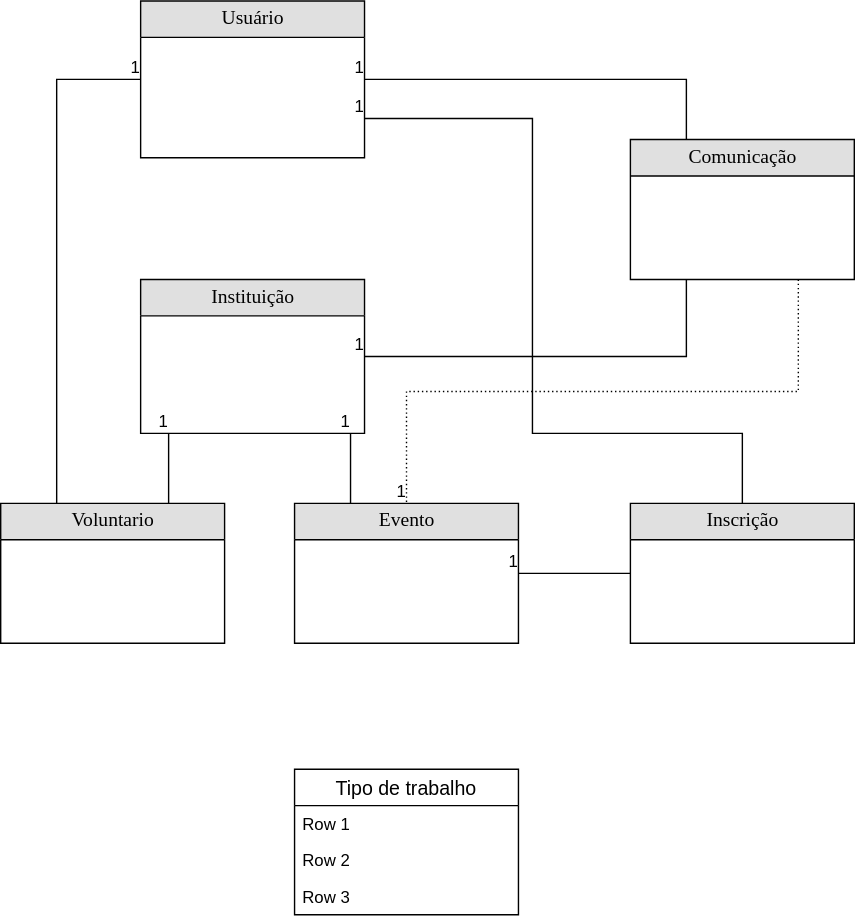
This is Diagramas/MER_base.drawio.svg from frbatist/VemDoBem.Api, a draw.io export, as it was before one commit. Source tidied: cells renumbered, new cells last; positions are measured from the earlier drawing's top-left corner, leaving out a move shared by most shapes. Source of this version:
```xml
<mxGraphModel background="#ffffff">
  <root>
    <mxCell id="0" />
    <mxCell id="1" parent="0" />
    <mxCell id="2" value="&lt;div&gt;Usuário&lt;/div&gt;" style="swimlane;html=1;fontStyle=0;horizontal=1;startSize=26;fillColor=#e0e0e0;swimlaneFillColor=#ffffff;align=center;rounded=0;shadow=0;comic=0;labelBackgroundColor=none;strokeWidth=1;fontFamily=Verdana;fontSize=14;" parent="1" vertex="1">
      <mxGeometry x="100" width="160" height="112" as="geometry" />
    </mxCell>
    <mxCell id="3" value="Instituição" style="swimlane;html=1;fontStyle=0;horizontal=1;startSize=26;fillColor=#e0e0e0;swimlaneFillColor=#ffffff;align=center;rounded=0;shadow=0;comic=0;labelBackgroundColor=none;strokeWidth=1;fontFamily=Verdana;fontSize=14;swimlaneLine=1;" parent="1" vertex="1">
      <mxGeometry x="100" y="199" width="160" height="110" as="geometry" />
    </mxCell>
    <mxCell id="4" style="shape=partialRectangle;top=0;left=0;right=0;bottom=0;html=1;align=left;verticalAlign=top;fillColor=none;spacingLeft=34;spacingRight=4;whiteSpace=wrap;overflow=hidden;" parent="3" vertex="1">
      <mxGeometry y="26" width="160" height="10" as="geometry" />
    </mxCell>
    <mxCell id="5" value="Voluntario" style="swimlane;html=1;fontStyle=0;horizontal=1;startSize=26;fillColor=#e0e0e0;swimlaneFillColor=#ffffff;align=center;rounded=0;shadow=0;comic=0;labelBackgroundColor=none;strokeWidth=1;fontFamily=Verdana;fontSize=14;" parent="1" vertex="1">
      <mxGeometry y="359" width="160" height="100" as="geometry" />
    </mxCell>
    <mxCell id="6" value="Evento" style="swimlane;html=1;fontStyle=0;horizontal=1;startSize=26;fillColor=#e0e0e0;swimlaneFillColor=#ffffff;align=center;rounded=0;shadow=0;comic=0;labelBackgroundColor=none;strokeWidth=1;fontFamily=Verdana;fontSize=14;" parent="1" vertex="1">
      <mxGeometry x="210" y="359" width="160" height="100" as="geometry" />
    </mxCell>
    <mxCell id="7" style="endArrow=none;html=1;rounded=0;exitX=0.25;exitY=0;exitDx=0;exitDy=0;entryX=0;entryY=0.5;entryDx=0;entryDy=0;" parent="1" edge="1" source="5" target="2">
      <mxGeometry relative="1" as="geometry">
        <Array as="points">
          <mxPoint x="40" y="56" />
        </Array>
      </mxGeometry>
    </mxCell>
    <mxCell id="8" value="1" style="html=1;align=right;verticalAlign=bottom;" parent="7" vertex="1">
      <mxGeometry x="1" relative="1" as="geometry" />
    </mxCell>
    <mxCell id="9" style="endArrow=none;html=1;rounded=0;exitX=0.75;exitY=0;exitDx=0;exitDy=0;" parent="1" edge="1" source="5">
      <mxGeometry relative="1" as="geometry">
        <mxPoint x="120" y="309" as="targetPoint" />
      </mxGeometry>
    </mxCell>
    <mxCell id="10" value="1" style="html=1;align=right;verticalAlign=bottom;" parent="9" vertex="1">
      <mxGeometry x="1" relative="1" as="geometry" />
    </mxCell>
    <mxCell id="11" style="endArrow=none;html=1;rounded=0;exitX=0.25;exitY=0;exitDx=0;exitDy=0;" parent="1" edge="1" source="6">
      <mxGeometry relative="1" as="geometry">
        <mxPoint x="250" y="309" as="targetPoint" />
      </mxGeometry>
    </mxCell>
    <mxCell id="12" value="1" style="html=1;align=right;verticalAlign=bottom;" parent="11" vertex="1">
      <mxGeometry x="1" relative="1" as="geometry" />
    </mxCell>
    <mxCell id="13" value="Inscrição" style="swimlane;html=1;fontStyle=0;horizontal=1;startSize=26;fillColor=#e0e0e0;swimlaneFillColor=#ffffff;align=center;rounded=0;shadow=0;comic=0;labelBackgroundColor=none;strokeWidth=1;fontFamily=Verdana;fontSize=14;" parent="1" vertex="1">
      <mxGeometry x="450" y="359" width="160" height="100" as="geometry" />
    </mxCell>
    <mxCell id="14" style="endArrow=none;html=1;rounded=0;exitX=0;exitY=0.5;exitDx=0;exitDy=0;entryX=1;entryY=0.5;entryDx=0;entryDy=0;" parent="1" edge="1" source="13" target="6">
      <mxGeometry relative="1" as="geometry" />
    </mxCell>
    <mxCell id="15" value="1" style="html=1;align=right;verticalAlign=bottom;" parent="14" vertex="1">
      <mxGeometry x="1" relative="1" as="geometry" />
    </mxCell>
    <mxCell id="16" value="&lt;div&gt;Comunicação&lt;/div&gt;" style="swimlane;html=1;fontStyle=0;horizontal=1;startSize=26;fillColor=#e0e0e0;swimlaneFillColor=#ffffff;align=center;rounded=0;shadow=0;comic=0;labelBackgroundColor=none;strokeWidth=1;fontFamily=Verdana;fontSize=14;" parent="1" vertex="1">
      <mxGeometry x="450" y="99" width="160" height="100" as="geometry" />
    </mxCell>
    <mxCell id="17" style="endArrow=none;html=1;rounded=0;exitX=0.25;exitY=0;exitDx=0;exitDy=0;entryX=1;entryY=0.5;entryDx=0;entryDy=0;" parent="1" edge="1" source="16" target="2">
      <mxGeometry relative="1" as="geometry">
        <Array as="points">
          <mxPoint x="490" y="56" />
        </Array>
      </mxGeometry>
    </mxCell>
    <mxCell id="18" value="1" style="html=1;align=right;verticalAlign=bottom;" parent="17" vertex="1">
      <mxGeometry x="1" relative="1" as="geometry" />
    </mxCell>
    <mxCell id="19" style="endArrow=none;html=1;rounded=0;exitX=0.5;exitY=0;exitDx=0;exitDy=0;entryX=1;entryY=0.75;entryDx=0;entryDy=0;" parent="1" edge="1" source="13" target="2">
      <mxGeometry relative="1" as="geometry">
        <Array as="points">
          <mxPoint x="530" y="309" />
          <mxPoint x="380" y="309" />
          <mxPoint x="380" y="84" />
        </Array>
      </mxGeometry>
    </mxCell>
    <mxCell id="20" value="1" style="html=1;align=right;verticalAlign=bottom;" parent="19" vertex="1">
      <mxGeometry x="1" relative="1" as="geometry" />
    </mxCell>
    <mxCell id="21" style="endArrow=none;html=1;rounded=0;exitX=0.25;exitY=1;exitDx=0;exitDy=0;entryX=1;entryY=0.5;entryDx=0;entryDy=0;" parent="1" edge="1" source="16" target="3">
      <mxGeometry relative="1" as="geometry">
        <Array as="points">
          <mxPoint x="490" y="254" />
        </Array>
      </mxGeometry>
    </mxCell>
    <mxCell id="22" value="1" style="html=1;align=right;verticalAlign=bottom;" parent="21" vertex="1">
      <mxGeometry x="1" relative="1" as="geometry" />
    </mxCell>
    <mxCell id="23" style="endArrow=none;html=1;rounded=0;dashed=1;dashPattern=1 2;exitX=0.75;exitY=1;exitDx=0;exitDy=0;entryX=0.5;entryY=0;entryDx=0;entryDy=0;" parent="1" edge="1" source="16" target="6">
      <mxGeometry relative="1" as="geometry">
        <Array as="points">
          <mxPoint x="570" y="279" />
          <mxPoint x="290" y="279" />
        </Array>
      </mxGeometry>
    </mxCell>
    <mxCell id="24" value="1" style="html=1;align=right;verticalAlign=bottom;" parent="23" vertex="1">
      <mxGeometry x="1" relative="1" as="geometry" />
    </mxCell>
    <mxCell id="25" value="Tipo de trabalho" style="swimlane;fontStyle=0;horizontal=1;startSize=26;align=center;fontSize=14;" parent="1" vertex="1">
      <mxGeometry x="210" y="549" width="160" height="104" as="geometry" />
    </mxCell>
    <mxCell id="26" value="Row 1" style="text;strokeColor=none;fillColor=none;spacingLeft=4;spacingRight=4;overflow=hidden;fontSize=12;" parent="25" vertex="1">
      <mxGeometry y="26" width="160" height="26" as="geometry" />
    </mxCell>
    <mxCell id="27" value="Row 2" style="text;strokeColor=none;fillColor=none;spacingLeft=4;spacingRight=4;overflow=hidden;fontSize=12;" parent="25" vertex="1">
      <mxGeometry y="52" width="160" height="26" as="geometry" />
    </mxCell>
    <mxCell id="28" value="Row 3" style="text;strokeColor=none;fillColor=none;spacingLeft=4;spacingRight=4;overflow=hidden;fontSize=12;" parent="25" vertex="1">
      <mxGeometry y="78" width="160" height="26" as="geometry" />
    </mxCell>
  </root>
</mxGraphModel>
```
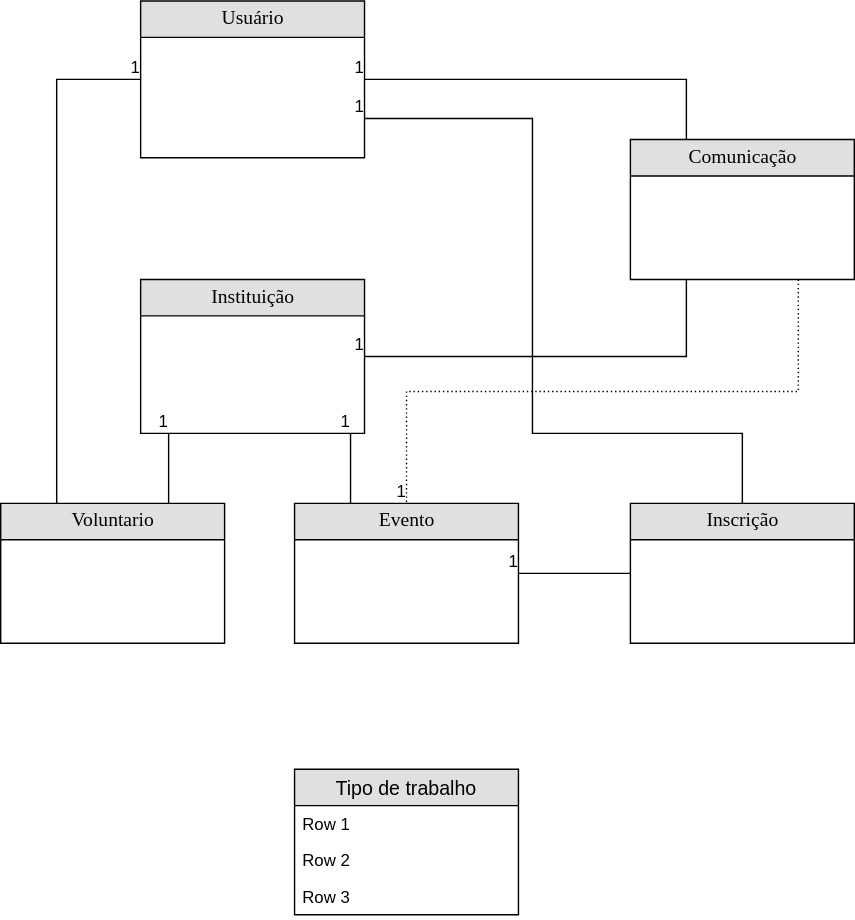
After the change.

Commit message:
teste diagrama

What changed in the source:
```diff
@@ -1,4 +1,4 @@
-<mxGraphModel background="#ffffff">
+<mxGraphModel>
   <root>
     <mxCell id="0" />
     <mxCell id="1" parent="0" />
@@ -98,7 +98,7 @@
     <mxCell id="24" value="1" style="html=1;align=right;verticalAlign=bottom;" parent="23" vertex="1">
       <mxGeometry x="1" relative="1" as="geometry" />
     </mxCell>
-    <mxCell id="25" value="Tipo de trabalho" style="swimlane;fontStyle=0;horizontal=1;startSize=26;align=center;fontSize=14;" parent="1" vertex="1">
+    <mxCell id="25" value="Tipo de trabalho" style="swimlane;fontStyle=0;horizontal=1;startSize=26;align=center;fontSize=14;fillColor=#E0E0E0;fontColor=#000000;" parent="1" vertex="1">
       <mxGeometry x="210" y="549" width="160" height="104" as="geometry" />
     </mxCell>
     <mxCell id="26" value="Row 1" style="text;strokeColor=none;fillColor=none;spacingLeft=4;spacingRight=4;overflow=hidden;fontSize=12;" parent="25" vertex="1">
```
